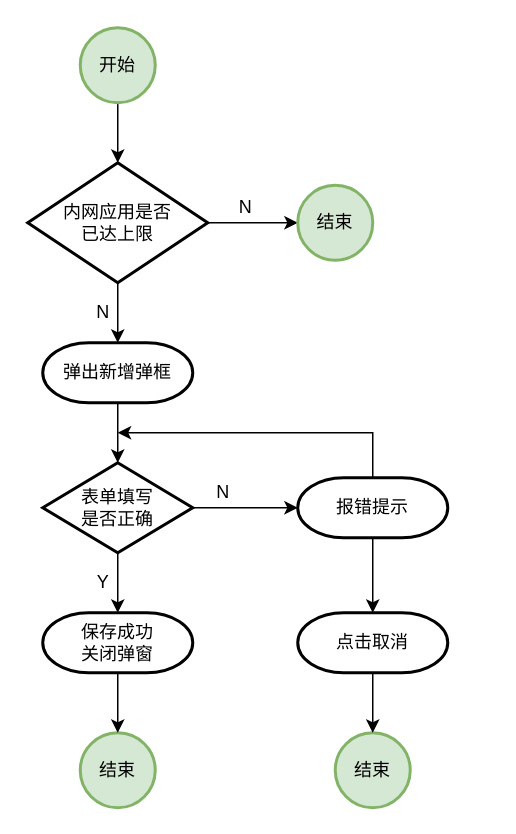
Above: page "新增sase应用" (1 of 6) of 新增sase应用.drawio in mtxue97/diagram (draw.io), before the change. Source tidied: cells renumbered, new cells numbered last; positions are measured from the earlier drawing's top-left corner, leaving out a move shared by most shapes. Both pictures are drawn from the tidied source at 150%, with x=0, y=0 at pixel (27, 27).
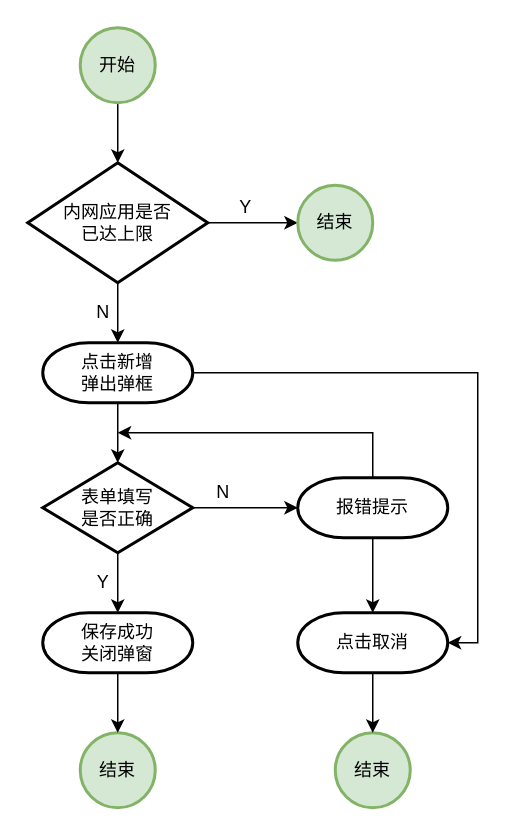
Above is the later version.

Commit message:
更新新增sase应用.drawio

The change refers to these unchanged cells:
```xml
<mxCell id="25" value="点击取消" style="strokeWidth=2;html=1;shape=mxgraph.flowchart.terminator;whiteSpace=wrap;" parent="1" vertex="1">
  <mxGeometry x="180" y="390" width="100" height="40" as="geometry" />
</mxCell>
```

What changed in the source:
```diff
@@
+    <mxCell id="26" style="edgeStyle=orthogonalEdgeStyle;rounded=0;jettySize=auto;html=1;entryX=1;entryY=0.5;entryDx=0;entryDy=0;entryPerimeter=0;" parent="1" edge="1" source="9" target="25">
+      <mxGeometry relative="1" as="geometry" />
+    </mxCell>
-    <mxCell id="9" value="弹出新增弹框" style="strokeWidth=2;html=1;shape=mxgraph.flowchart.terminator;whiteSpace=wrap;" parent="1" vertex="1">
+    <mxCell id="9" value="点击新增&lt;br&gt;弹出弹框" style="strokeWidth=2;html=1;shape=mxgraph.flowchart.terminator;whiteSpace=wrap;" parent="1" vertex="1">
       <mxGeometry x="10" y="210" width="100" height="40" as="geometry" />
     </mxCell>
@@
-    <mxCell id="22" value="N" style="text;html=1;align=center;verticalAlign=middle;strokeColor=none;fillColor=none;" parent="1" vertex="1">
+    <mxCell id="22" value="Y" style="text;html=1;align=center;verticalAlign=middle;strokeColor=none;fillColor=none;" parent="1" vertex="1">
       <mxGeometry x="130" y="105" width="30" height="30" as="geometry" />
     </mxCell>
```
